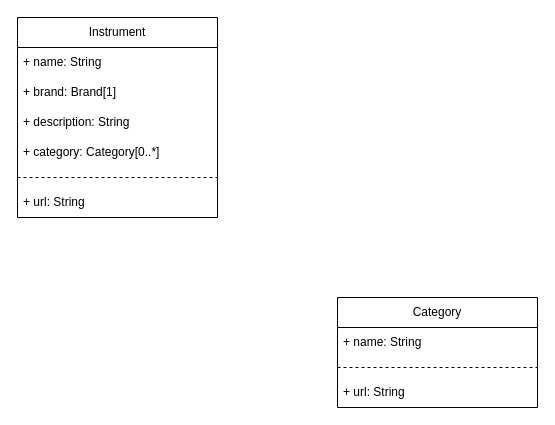
Earlier version of the draw.io diagram specification/database-diagram.drawio (davmedeiros/inventory-application). Source tidied: cells renumbered, new cells numbered last; positions are measured from the earlier drawing's top-left corner, leaving out a move shared by most shapes. Both pictures are drawn from the tidied source at 100%, with x=0, y=0 at pixel (17, 17).
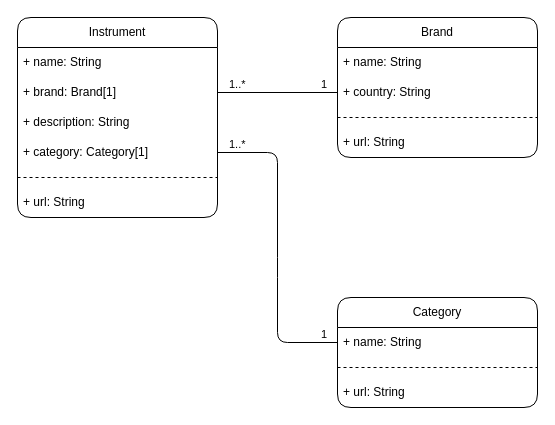
The same diagram, later.

Commit message:
Draw Brand table and other small adjustments

The change refers to these unchanged cells:
```xml
<mxCell id="4" value="+ brand: Brand[1]" style="text;strokeColor=none;fillColor=none;align=left;verticalAlign=middle;spacingLeft=4;spacingRight=4;overflow=hidden;points=[[0,0.5],[1,0.5]];portConstraint=eastwest;whiteSpace=wrap;html=1;" parent="2" vertex="1">
  <mxGeometry y="60" width="200" height="30" as="geometry" />
</mxCell>
<mxCell id="10" value="+ name: String" style="text;strokeColor=none;fillColor=none;align=left;verticalAlign=middle;spacingLeft=4;spacingRight=4;overflow=hidden;points=[[0,0.5],[1,0.5]];portConstraint=eastwest;whiteSpace=wrap;html=1;" parent="9" vertex="1">
  <mxGeometry y="30" width="200" height="30" as="geometry" />
</mxCell>
```

Change to the diagram source:
```diff
@@
-    <mxCell id="2" value="Instrument" style="swimlane;fontStyle=0;horizontal=1;startSize=30;whiteSpace=wrap;html=1;rounded=0;swimlaneLine=1;shadow=0;strokeColor=default;" parent="1" vertex="1">
+    <mxCell id="2" value="Instrument" style="swimlane;fontStyle=0;horizontal=1;startSize=30;whiteSpace=wrap;html=1;rounded=1;swimlaneLine=1;shadow=0;strokeColor=default;" parent="1" vertex="1">
       <mxGeometry width="200" height="200" as="geometry" />
     </mxCell>
@@
-    <mxCell id="6" value="+ category: Category[0..*]" style="text;strokeColor=none;fillColor=none;align=left;verticalAlign=middle;spacingLeft=4;spacingRight=4;overflow=hidden;points=[[0,0.5],[1,0.5]];portConstraint=eastwest;whiteSpace=wrap;html=1;" parent="2" vertex="1">
+    <mxCell id="6" value="+ category: Category[1]" style="text;strokeColor=none;fillColor=none;align=left;verticalAlign=middle;spacingLeft=4;spacingRight=4;overflow=hidden;points=[[0,0.5],[1,0.5]];portConstraint=eastwest;whiteSpace=wrap;html=1;" parent="2" vertex="1">
       <mxGeometry y="120" width="200" height="30" as="geometry" />
     </mxCell>
@@
-    <mxCell id="9" value="Category" style="swimlane;fontStyle=0;horizontal=1;startSize=30;whiteSpace=wrap;html=1;rounded=0;swimlaneLine=1;shadow=0;strokeColor=default;" parent="1" vertex="1">
+    <mxCell id="9" value="Category" style="swimlane;fontStyle=0;horizontal=1;startSize=30;whiteSpace=wrap;html=1;rounded=1;swimlaneLine=1;shadow=0;strokeColor=default;" parent="1" vertex="1">
       <mxGeometry x="320" y="280" width="200" height="110" as="geometry" />
     </mxCell>
@@
+    <mxCell id="13" value="Brand" style="swimlane;fontStyle=0;horizontal=1;startSize=30;whiteSpace=wrap;html=1;rounded=1;swimlaneLine=1;shadow=0;strokeColor=default;" parent="1" vertex="1">
+      <mxGeometry x="320" width="200" height="140" as="geometry" />
+    </mxCell>
+    <mxCell id="14" value="+ name: String" style="text;strokeColor=none;fillColor=none;align=left;verticalAlign=middle;spacingLeft=4;spacingRight=4;overflow=hidden;whiteSpace=wrap;html=1;" parent="13" vertex="1">
+      <mxGeometry y="30" width="200" height="30" as="geometry" />
+    </mxCell>
+    <mxCell id="15" value="+ country: String" style="text;strokeColor=none;fillColor=none;align=left;verticalAlign=middle;spacingLeft=4;spacingRight=4;overflow=hidden;points=[[0,0.5],[1,0.5]];portConstraint=eastwest;whiteSpace=wrap;html=1;" parent="13" vertex="1">
+      <mxGeometry y="60" width="200" height="30" as="geometry" />
+    </mxCell>
+    <mxCell id="16" style="shape=crossbar;whiteSpace=wrap;html=1;rounded=1;shadow=0;glass=0;dashed=1;sketch=0;strokeColor=default;fillColor=none;" parent="13" vertex="1">
+      <mxGeometry y="90" width="200" height="20" as="geometry" />
+    </mxCell>
+    <mxCell id="17" value="+ url: String" style="text;strokeColor=none;fillColor=none;align=left;verticalAlign=middle;spacingLeft=4;spacingRight=4;overflow=hidden;whiteSpace=wrap;html=1;" parent="13" vertex="1">
+      <mxGeometry y="110" width="200" height="30" as="geometry" />
+    </mxCell>
+    <mxCell id="18" style="endArrow=none;html=1;exitX=1;exitY=0.5;exitDx=0;exitDy=0;entryX=0;entryY=0.5;entryDx=0;entryDy=0;endFill=0;" parent="1" edge="1" source="4" target="15">
+      <mxGeometry relative="1" as="geometry" />
+    </mxCell>
+    <mxCell id="19" value="1..*" style="edgeLabel;html=1;align=left;verticalAlign=bottom;rounded=0;shadow=0;glass=0;dashed=1;sketch=0;strokeColor=default;fillColor=none;" parent="18" vertex="1">
+      <mxGeometry x="-1" relative="1" as="geometry">
+        <mxPoint x="10" as="offset" />
+      </mxGeometry>
+    </mxCell>
+    <mxCell id="20" value="1" style="edgeLabel;html=1;align=right;verticalAlign=bottom;rounded=0;shadow=0;glass=0;dashed=1;sketch=0;strokeColor=default;fillColor=none;" parent="18" vertex="1">
+      <mxGeometry x="1" relative="1" as="geometry">
+        <mxPoint x="-10" as="offset" />
+      </mxGeometry>
+    </mxCell>
+    <mxCell id="21" style="endArrow=none;html=1;exitX=1;exitY=0.5;exitDx=0;exitDy=0;entryX=0;entryY=0.5;entryDx=0;entryDy=0;endFill=0;" parent="1" edge="1" source="6" target="10">
+      <mxGeometry relative="1" as="geometry">
+        <Array as="points">
+          <mxPoint x="260" y="135" />
+          <mxPoint x="260" y="250" />
+          <mxPoint x="260" y="325" />
+        </Array>
+      </mxGeometry>
+    </mxCell>
+    <mxCell id="22" value="1..*" style="edgeLabel;html=1;align=left;verticalAlign=bottom;rounded=0;shadow=0;glass=0;dashed=1;sketch=0;strokeColor=default;fillColor=none;" parent="21" vertex="1">
+      <mxGeometry x="-1" relative="1" as="geometry">
+        <mxPoint x="10" as="offset" />
+      </mxGeometry>
+    </mxCell>
+    <mxCell id="23" value="1" style="edgeLabel;html=1;align=right;verticalAlign=bottom;rounded=0;shadow=0;glass=0;dashed=1;sketch=0;strokeColor=default;fillColor=none;" parent="21" vertex="1">
+      <mxGeometry x="1" relative="1" as="geometry">
+        <mxPoint x="-10" as="offset" />
+      </mxGeometry>
+    </mxCell>
```
